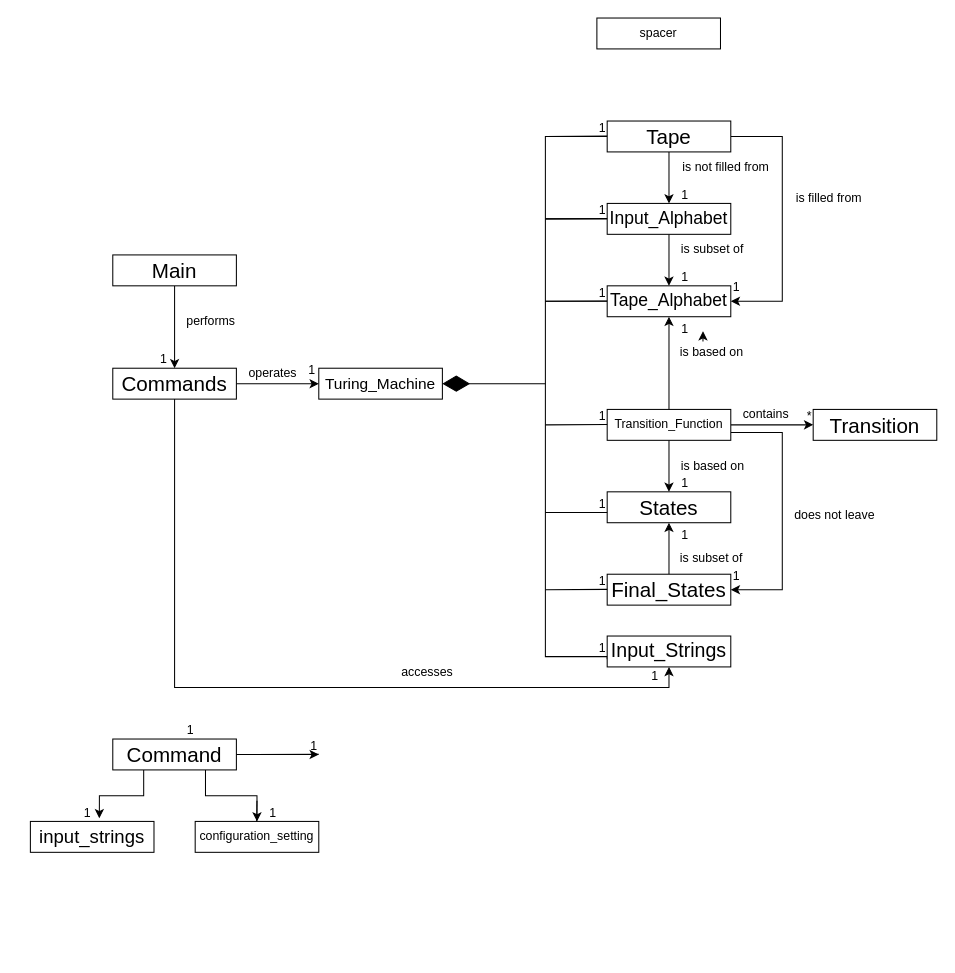
Before: Untitled Diagram.drawio in IgorBCode/cv, a draw.io diagram. Source tidied: cells renumbered, new cells numbered last; positions are measured from the earlier drawing's top-left corner, leaving out a move shared by most shapes. Both pictures are drawn from the tidied source at 103%, with x=0, y=0 at pixel (30, 18).
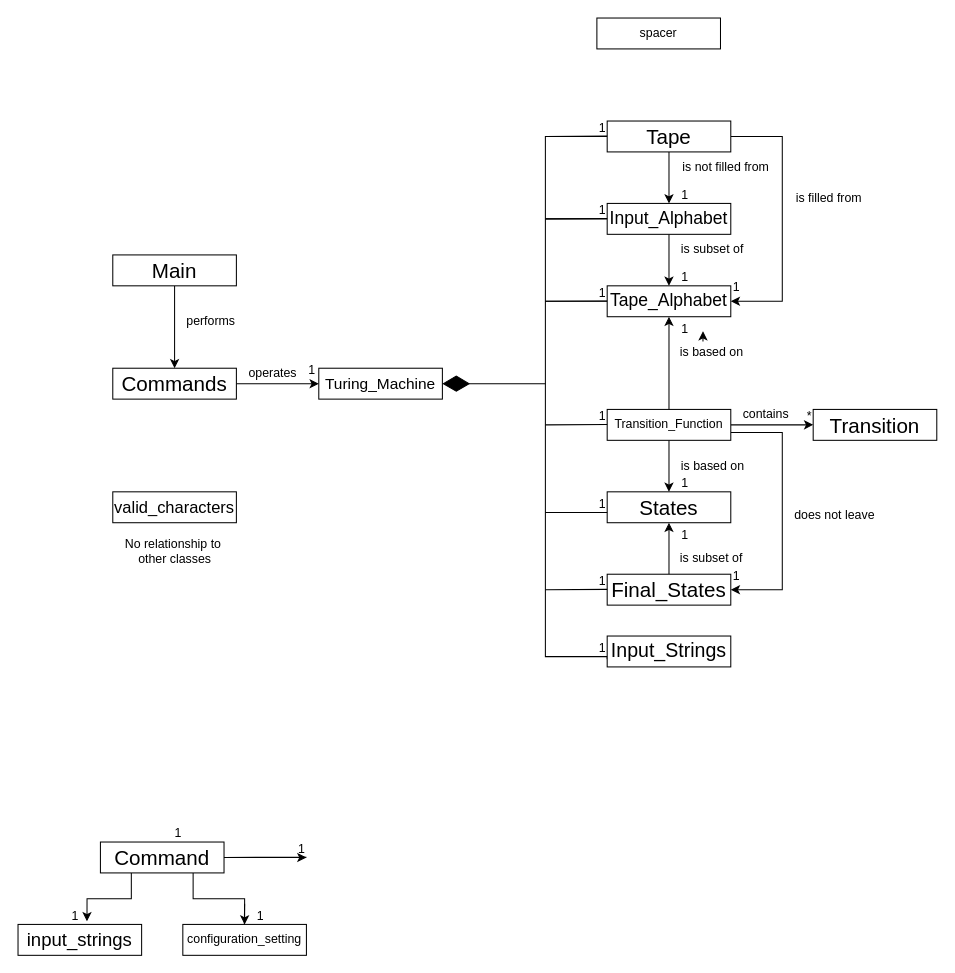
Above is the later version.

The change refers to these unchanged cells:
```xml
<mxCell id="70" value="&lt;font style=&quot;font-size: 20px;&quot;&gt;Commands&lt;/font&gt;" style="html=1;whiteSpace=wrap;" parent="1" vertex="1">
  <mxGeometry x="80" y="340" width="120" height="30" as="geometry" />
</mxCell>
<mxCell id="71" value="&lt;font style=&quot;font-size: 19px;&quot;&gt;Input_Strings&lt;/font&gt;" style="html=1;whiteSpace=wrap;" parent="1" vertex="1">
  <mxGeometry x="560" y="600" width="120" height="30" as="geometry" />
</mxCell>
```

Diff of the diagram source:
```diff
@@
     <mxCell id="5" style="edgeStyle=orthogonalEdgeStyle;rounded=0;jettySize=auto;html=1;entryX=0;entryY=0.5;entryDx=0;entryDy=0;" parent="1" edge="1" source="6">
       <mxGeometry relative="1" as="geometry">
-        <mxPoint x="280" y="715" as="targetPoint" />
+        <mxPoint x="268" y="815" as="targetPoint" />
       </mxGeometry>
     </mxCell>
     <mxCell id="6" value="&lt;font style=&quot;font-size: 20px;&quot;&gt;Command&lt;/font&gt;" style="html=1;whiteSpace=wrap;" parent="1" vertex="1">
-      <mxGeometry x="80" y="700" width="120" height="30" as="geometry" />
+      <mxGeometry x="68" y="800" width="120" height="30" as="geometry" />
     </mxCell>
     <mxCell id="7" value="&lt;font style=&quot;font-size: 18px;&quot;&gt;input_strings&lt;br&gt;&lt;/font&gt;" style="html=1;whiteSpace=wrap;" parent="1" vertex="1">
-      <mxGeometry y="780" width="120" height="30" as="geometry" />
+      <mxGeometry x="-12" y="880" width="120" height="30" as="geometry" />
     </mxCell>
     <mxCell id="8" value="&lt;font style=&quot;font-size: 12px;&quot;&gt;configuration_setting&lt;/font&gt;" style="html=1;whiteSpace=wrap;" parent="1" vertex="1">
-      <mxGeometry x="160" y="780" width="120" height="30" as="geometry" />
+      <mxGeometry x="148" y="880" width="120" height="30" as="geometry" />
     </mxCell>
@@
     <mxCell id="42" style="endArrow=none;html=1;rounded=0;exitX=1;exitY=0.5;exitDx=0;exitDy=0;" parent="1" edge="1" source="6">
       <mxGeometry relative="1" as="geometry">
-        <mxPoint x="280" y="714.7" as="targetPoint" />
+        <mxPoint x="268" y="814.7" as="targetPoint" />
       </mxGeometry>
     </mxCell>
@@
     <mxCell id="44" style="endArrow=none;html=1;rounded=0;" parent="1" edge="1">
       <mxGeometry relative="1" as="geometry">
-        <mxPoint x="220" y="760" as="sourcePoint" />
-        <mxPoint x="219.7" y="780" as="targetPoint" />
+        <mxPoint x="208" y="860" as="sourcePoint" />
+        <mxPoint x="207.7" y="880" as="targetPoint" />
       </mxGeometry>
     </mxCell>
@@
     <mxCell id="46" value="1" style="html=1;whiteSpace=wrap;align=right;verticalAlign=bottom;" parent="1" vertex="1">
-      <mxGeometry x="60" y="780" as="geometry" />
+      <mxGeometry x="48" y="880" as="geometry" />
     </mxCell>
     <mxCell id="47" value="1" style="html=1;whiteSpace=wrap;align=right;verticalAlign=bottom;" parent="1" vertex="1">
-      <mxGeometry x="160" y="700" as="geometry" />
+      <mxGeometry x="148" y="800" as="geometry" />
     </mxCell>
@@
-    <mxCell id="69" style="edgeStyle=orthogonalEdgeStyle;rounded=0;jettySize=auto;html=1;exitX=0.5;exitY=1;exitDx=0;exitDy=0;entryX=0.5;entryY=1;entryDx=0;entryDy=0;" parent="1" edge="1" source="70" target="71">
-      <mxGeometry relative="1" as="geometry" />
-    </mxCell>
@@
-    <mxCell id="74" value="1" style="html=1;whiteSpace=wrap;align=right;verticalAlign=bottom;" parent="1" vertex="1">
-      <mxGeometry x="290" y="724.7" as="geometry">
-        <mxPoint x="-156" y="-386" as="offset" />
-      </mxGeometry>
-    </mxCell>
-    <mxCell id="75" value="accesses" style="text;html=1;align=center;verticalAlign=middle;strokeColor=none;fillColor=none;" parent="1" vertex="1">
-      <mxGeometry x="345" y="619.7" width="80" height="30" as="geometry" />
-    </mxCell>
-    <mxCell id="76" value="1" style="html=1;whiteSpace=wrap;align=right;verticalAlign=bottom;" parent="1" vertex="1">
-      <mxGeometry x="170" y="710" as="geometry">
-        <mxPoint x="441" y="-63" as="offset" />
-      </mxGeometry>
-    </mxCell>
+    <mxCell id="77" value="&lt;font style=&quot;font-size: 16px;&quot;&gt;valid_characters&lt;/font&gt;" style="html=1;whiteSpace=wrap;" parent="1" vertex="1">
+      <mxGeometry x="80" y="460" width="120" height="30" as="geometry" />
+    </mxCell>
+    <mxCell id="78" value="&lt;div&gt;No relationship to&amp;nbsp;&lt;/div&gt;&lt;div&gt;other classes&lt;/div&gt;" style="text;html=1;align=center;verticalAlign=middle;strokeColor=none;fillColor=none;" parent="1" vertex="1">
+      <mxGeometry x="80" y="498" width="120" height="40" as="geometry" />
+    </mxCell>
```
